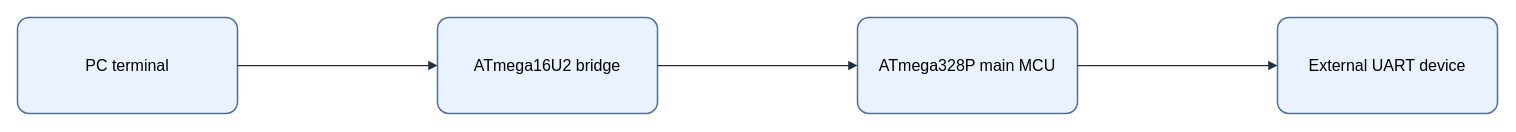
Above: assets/img/hardware/usb-serial-bridge-flow.drawio in KKamJi98/kkamji98.github.io (draw.io), before the change. Source tidied: cells renumbered, new cells numbered last; positions are measured from the earlier drawing's top-left corner, leaving out a move shared by most shapes. Both pictures are drawn from the tidied source at 100%, with x=0, y=0 at pixel (17, 17).
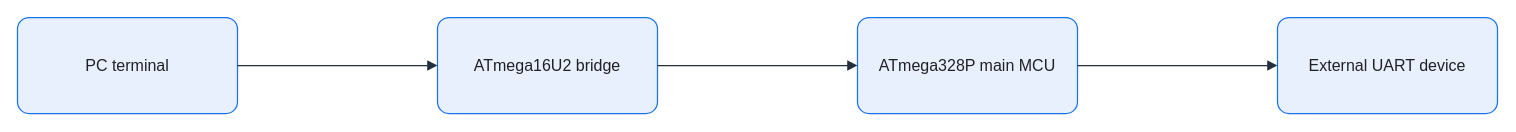
The same page after the edit.

What changed in the source:
```diff
@@
 <mxGraphModel background="#FFFFFF">
   <root>
     <mxCell id="0" />
     <mxCell id="1" parent="0" />
-    <mxCell id="2" value="PC terminal" style="rounded=1;arcSize=12;whiteSpace=wrap;html=0;fillColor=#EAF2FF;strokeColor=#4A6FA5;strokeWidth=1.5;fontColor=#000000;fontSize=16;align=center;verticalAlign=middle;spacing=8;shadow=0;" parent="1" vertex="1">
+    <mxCell id="2" value="PC terminal" style="rounded=1;arcSize=12;whiteSpace=wrap;html=0;fillColor=#E8F0FE;strokeColor=#1A73E8;strokeWidth=1.25;fontColor=#202124;fontSize=16;align=center;verticalAlign=middle;spacing=8;shadow=0;" parent="1" vertex="1">
       <mxGeometry width="220" height="96" as="geometry" />
     </mxCell>
-    <mxCell id="3" value="ATmega16U2 bridge" style="rounded=1;arcSize=12;whiteSpace=wrap;html=0;fillColor=#EAF2FF;strokeColor=#4A6FA5;strokeWidth=1.5;fontColor=#000000;fontSize=16;align=center;verticalAlign=middle;spacing=8;shadow=0;" parent="1" vertex="1">
+    <mxCell id="3" value="ATmega16U2 bridge" style="rounded=1;arcSize=12;whiteSpace=wrap;html=0;fillColor=#E8F0FE;strokeColor=#1A73E8;strokeWidth=1.25;fontColor=#202124;fontSize=16;align=center;verticalAlign=middle;spacing=8;shadow=0;" parent="1" vertex="1">
       <mxGeometry x="420" width="220" height="96" as="geometry" />
     </mxCell>
-    <mxCell id="4" value="ATmega328P main MCU" style="rounded=1;arcSize=12;whiteSpace=wrap;html=0;fillColor=#EAF2FF;strokeColor=#4A6FA5;strokeWidth=1.5;fontColor=#000000;fontSize=16;align=center;verticalAlign=middle;spacing=8;shadow=0;" parent="1" vertex="1">
+    <mxCell id="4" value="ATmega328P main MCU" style="rounded=1;arcSize=12;whiteSpace=wrap;html=0;fillColor=#E8F0FE;strokeColor=#1A73E8;strokeWidth=1.25;fontColor=#202124;fontSize=16;align=center;verticalAlign=middle;spacing=8;shadow=0;" parent="1" vertex="1">
       <mxGeometry x="840" width="220" height="96" as="geometry" />
     </mxCell>
-    <mxCell id="5" value="External UART device" style="rounded=1;arcSize=12;whiteSpace=wrap;html=0;fillColor=#EAF2FF;strokeColor=#4A6FA5;strokeWidth=1.5;fontColor=#000000;fontSize=16;align=center;verticalAlign=middle;spacing=8;shadow=0;" parent="1" vertex="1">
+    <mxCell id="5" value="External UART device" style="rounded=1;arcSize=12;whiteSpace=wrap;html=0;fillColor=#E8F0FE;strokeColor=#1A73E8;strokeWidth=1.25;fontColor=#202124;fontSize=16;align=center;verticalAlign=middle;spacing=8;shadow=0;" parent="1" vertex="1">
       <mxGeometry x="1260" width="220" height="96" as="geometry" />
     </mxCell>
-    <mxCell id="6" style="edgeStyle=orthogonalEdgeStyle;rounded=0;jettySize=auto;html=0;endArrow=block;endFill=1;strokeColor=#232F3E;strokeWidth=1.25;fontColor=#000000;labelBackgroundColor=none;exitX=1;exitY=0.5;exitDx=0;exitDy=0;entryX=0;entryY=0.5;entryDx=0;entryDy=0;" parent="1" edge="1" source="2" target="3">
+    <mxCell id="6" style="edgeStyle=orthogonalEdgeStyle;rounded=0;jettySize=auto;html=0;endArrow=block;endFill=1;strokeColor=#232F3E;strokeWidth=1.25;fontColor=#202124;labelBackgroundColor=none;exitX=1;exitY=0.5;exitDx=0;exitDy=0;entryX=0;entryY=0.5;entryDx=0;entryDy=0;endSize=7;" parent="1" edge="1" source="2" target="3">
       <mxGeometry relative="1" as="geometry" />
     </mxCell>
-    <mxCell id="7" style="edgeStyle=orthogonalEdgeStyle;rounded=0;jettySize=auto;html=0;endArrow=block;endFill=1;strokeColor=#232F3E;strokeWidth=1.25;fontColor=#000000;labelBackgroundColor=none;exitX=1;exitY=0.5;exitDx=0;exitDy=0;entryX=0;entryY=0.5;entryDx=0;entryDy=0;" parent="1" edge="1" source="3" target="4">
+    <mxCell id="7" style="edgeStyle=orthogonalEdgeStyle;rounded=0;jettySize=auto;html=0;endArrow=block;endFill=1;strokeColor=#232F3E;strokeWidth=1.25;fontColor=#202124;labelBackgroundColor=none;exitX=1;exitY=0.5;exitDx=0;exitDy=0;entryX=0;entryY=0.5;entryDx=0;entryDy=0;endSize=7;" parent="1" edge="1" source="3" target="4">
       <mxGeometry relative="1" as="geometry" />
     </mxCell>
-    <mxCell id="8" style="edgeStyle=orthogonalEdgeStyle;rounded=0;jettySize=auto;html=0;endArrow=block;endFill=1;strokeColor=#232F3E;strokeWidth=1.25;fontColor=#000000;labelBackgroundColor=none;exitX=1;exitY=0.5;exitDx=0;exitDy=0;entryX=0;entryY=0.5;entryDx=0;entryDy=0;" parent="1" edge="1" source="4" target="5">
+    <mxCell id="8" style="edgeStyle=orthogonalEdgeStyle;rounded=0;jettySize=auto;html=0;endArrow=block;endFill=1;strokeColor=#232F3E;strokeWidth=1.25;fontColor=#202124;labelBackgroundColor=none;exitX=1;exitY=0.5;exitDx=0;exitDy=0;entryX=0;entryY=0.5;entryDx=0;entryDy=0;endSize=7;" parent="1" edge="1" source="4" target="5">
       <mxGeometry relative="1" as="geometry" />
     </mxCell>
   </root>
 </mxGraphModel>
```
